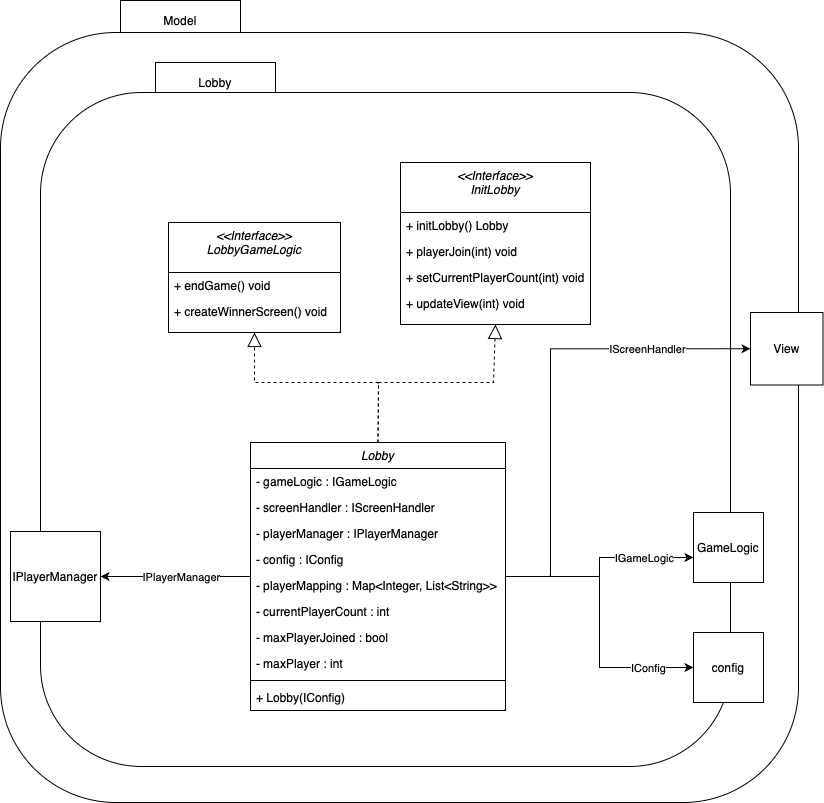
Earlier version of the draw.io export doku-game/Lobby-ClassDiagramm.drawio.png (PrismFox/tron-game). Source tidied: cells renumbered, new cells last; positions are measured from the earlier drawing's top-left corner, leaving out a move shared by most shapes.
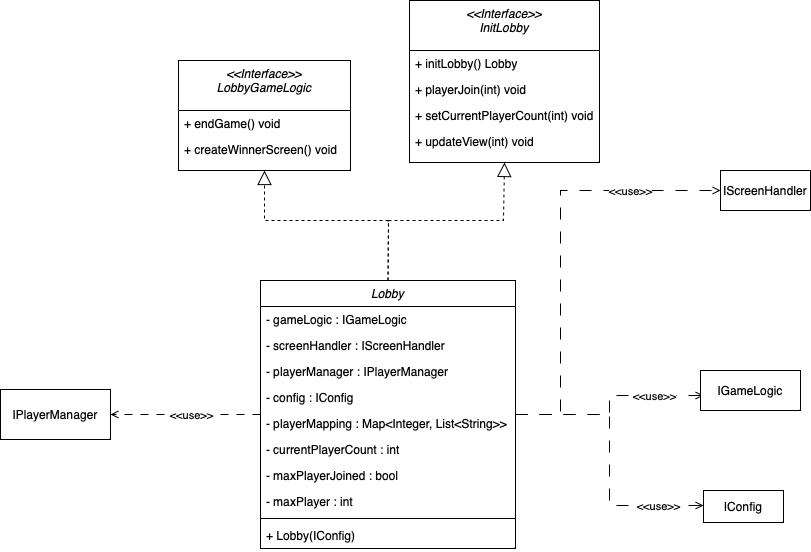
Above is the later version.

Diff of the diagram source:
```diff
@@ -2,51 +2,45 @@
   <root>
     <mxCell id="0" />
     <mxCell id="1" parent="0" />
-    <mxCell id="2" value="Model" style="rounded=1;whiteSpace=wrap;html=1;arcSize=0;" parent="1" vertex="1">
-      <mxGeometry x="120" width="120" height="40" as="geometry" />
-    </mxCell>
-    <mxCell id="3" style="rounded=1;whiteSpace=wrap;html=1;" parent="1" vertex="1">
-      <mxGeometry y="32" width="798" height="770" as="geometry" />
-    </mxCell>
-    <mxCell id="4" value="Lobby" style="rounded=1;whiteSpace=wrap;html=1;arcSize=0;" parent="1" vertex="1">
-      <mxGeometry x="155" y="62" width="120" height="40" as="geometry" />
-    </mxCell>
-    <mxCell id="5" style="rounded=1;whiteSpace=wrap;html=1;" parent="1" vertex="1">
-      <mxGeometry x="40" y="92" width="690" height="674" as="geometry" />
-    </mxCell>
-    <mxCell id="6" style="edgeStyle=orthogonalEdgeStyle;rounded=0;jettySize=auto;html=1;entryX=0;entryY=0.5;entryDx=0;entryDy=0;" parent="1" edge="1" source="14" target="33">
+    <mxCell id="6" style="edgeStyle=orthogonalEdgeStyle;rounded=0;jettySize=auto;html=1;dashed=1;dashPattern=12 12;endArrow=open;endFill=0;" parent="1" edge="1" source="14" target="39">
       <mxGeometry relative="1" as="geometry">
         <Array as="points">
           <mxPoint x="550" y="576" />
-          <mxPoint x="550" y="348" />
+          <mxPoint x="550" y="352" />
         </Array>
       </mxGeometry>
     </mxCell>
-    <mxCell id="7" value="IScreenHandler" style="edgeLabel;html=1;align=center;verticalAlign=middle;" parent="6" vertex="1">
+    <mxCell id="7" value="&amp;lt;&amp;lt;use&amp;gt;&amp;gt;" style="edgeLabel;html=1;align=center;verticalAlign=middle;" parent="6" vertex="1">
       <mxGeometry x="0.43" y="-1" relative="1" as="geometry">
         <mxPoint x="32" y="-1" as="offset" />
       </mxGeometry>
     </mxCell>
-    <mxCell id="8" style="edgeStyle=orthogonalEdgeStyle;rounded=0;jettySize=auto;html=1;entryX=0;entryY=0.5;entryDx=0;entryDy=0;" parent="1" edge="1" source="14" target="34">
-      <mxGeometry relative="1" as="geometry" />
+    <mxCell id="8" style="edgeStyle=orthogonalEdgeStyle;rounded=0;jettySize=auto;html=1;entryX=0;entryY=0.5;entryDx=0;entryDy=0;dashed=1;dashPattern=12 12;endArrow=open;endFill=0;" parent="1" edge="1" source="14">
+      <mxGeometry relative="1" as="geometry">
+        <mxPoint x="693" y="667" as="targetPoint" />
+      </mxGeometry>
     </mxCell>
-    <mxCell id="9" value="IConfig" style="edgeLabel;html=1;align=center;verticalAlign=middle;" parent="8" vertex="1">
+    <mxCell id="9" value="&amp;lt;&amp;lt;use&amp;gt;&amp;gt;" style="edgeLabel;html=1;align=center;verticalAlign=middle;" parent="8" vertex="1">
       <mxGeometry x="0.45" y="2" relative="1" as="geometry">
         <mxPoint x="31" y="2" as="offset" />
       </mxGeometry>
     </mxCell>
-    <mxCell id="10" style="edgeStyle=orthogonalEdgeStyle;rounded=0;jettySize=auto;html=1;entryX=0;entryY=0.643;entryDx=0;entryDy=0;entryPerimeter=0;" parent="1" edge="1" source="14" target="35">
-      <mxGeometry relative="1" as="geometry" />
+    <mxCell id="10" style="edgeStyle=orthogonalEdgeStyle;rounded=0;jettySize=auto;html=1;entryX=0;entryY=0.643;entryDx=0;entryDy=0;entryPerimeter=0;dashed=1;dashPattern=12 12;endArrow=open;endFill=0;" parent="1" edge="1" source="14">
+      <mxGeometry relative="1" as="geometry">
+        <mxPoint x="693" y="557" as="targetPoint" />
+      </mxGeometry>
     </mxCell>
-    <mxCell id="11" value="IGameLogic" style="edgeLabel;html=1;align=center;verticalAlign=middle;" parent="10" vertex="1">
+    <mxCell id="11" value="&amp;lt;&amp;lt;use&amp;gt;&amp;gt;" style="edgeLabel;html=1;align=center;verticalAlign=middle;" parent="10" vertex="1">
       <mxGeometry x="0.65" y="-1" relative="1" as="geometry">
         <mxPoint x="-13" y="-1" as="offset" />
       </mxGeometry>
     </mxCell>
-    <mxCell id="12" style="edgeStyle=orthogonalEdgeStyle;rounded=0;jettySize=auto;html=1;entryX=1;entryY=0.5;entryDx=0;entryDy=0;" parent="1" edge="1" source="14" target="38">
-      <mxGeometry relative="1" as="geometry" />
+    <mxCell id="12" style="edgeStyle=orthogonalEdgeStyle;rounded=0;jettySize=auto;html=1;entryX=1;entryY=0.5;entryDx=0;entryDy=0;dashed=1;dashPattern=8 8;endArrow=open;endFill=0;" parent="1" edge="1" source="14">
+      <mxGeometry relative="1" as="geometry">
+        <mxPoint x="100" y="576" as="targetPoint" />
+      </mxGeometry>
     </mxCell>
-    <mxCell id="13" value="IPlayerManager" style="edgeLabel;html=1;align=center;verticalAlign=middle;" parent="12" vertex="1">
+    <mxCell id="13" value="&amp;lt;&amp;lt;use&amp;gt;&amp;gt;" style="edgeLabel;html=1;align=center;verticalAlign=middle;" parent="12" vertex="1">
       <mxGeometry x="-0.33" y="-1" relative="1" as="geometry">
         <mxPoint x="-20" y="1" as="offset" />
       </mxGeometry>
@@ -94,7 +88,7 @@
       <mxGeometry y="76" width="172" height="26" as="geometry" />
     </mxCell>
     <mxCell id="28" value="&lt;&lt;Interface&gt;&gt;&#10;InitLobby" style="swimlane;fontStyle=2;align=center;verticalAlign=top;horizontal=1;startSize=50;rounded=0;shadow=0;strokeWidth=1;" parent="1" vertex="1">
-      <mxGeometry x="400" y="162" width="190" height="162" as="geometry" />
+      <mxGeometry x="399" y="162" width="190" height="162" as="geometry" />
     </mxCell>
     <mxCell id="29" value="+ initLobby() Lobby" style="text;align=left;verticalAlign=top;spacingLeft=4;spacingRight=4;overflow=hidden;" parent="28" vertex="1">
       <mxGeometry y="50" width="190" height="26" as="geometry" />
@@ -108,15 +102,6 @@
     <mxCell id="32" value="+ updateView(int) void" style="text;align=left;verticalAlign=top;spacingLeft=4;spacingRight=4;overflow=hidden;" parent="28" vertex="1">
       <mxGeometry y="128" width="190" height="26" as="geometry" />
     </mxCell>
-    <mxCell id="33" value="View" style="whiteSpace=wrap;html=1;" parent="1" vertex="1">
-      <mxGeometry x="750" y="312" width="72.5" height="72.5" as="geometry" />
-    </mxCell>
-    <mxCell id="34" value="config" style="whiteSpace=wrap;html=1;" parent="1" vertex="1">
-      <mxGeometry x="693" y="632" width="70" height="70" as="geometry" />
-    </mxCell>
-    <mxCell id="35" value="GameLogic" style="whiteSpace=wrap;html=1;" parent="1" vertex="1">
-      <mxGeometry x="693" y="512" width="70" height="70" as="geometry" />
-    </mxCell>
     <mxCell id="36" style="endArrow=block;dashed=1;endFill=0;endSize=12;html=1;rounded=0;exitX=0.5;exitY=0;exitDx=0;exitDy=0;entryX=0.5;entryY=1;entryDx=0;entryDy=0;" parent="1" edge="1" source="14" target="28">
       <mxGeometry relative="1" as="geometry">
         <Array as="points">
@@ -133,8 +118,17 @@
         </Array>
       </mxGeometry>
     </mxCell>
+    <mxCell id="39" value="IScreenHandler" style="rounded=0;whiteSpace=wrap;html=1;" parent="1" vertex="1">
+      <mxGeometry x="710" y="332" width="90" height="40" as="geometry" />
+    </mxCell>
+    <mxCell id="40" value="IGameLogic" style="rounded=0;whiteSpace=wrap;html=1;" parent="1" vertex="1">
+      <mxGeometry x="690" y="532" width="100" height="40" as="geometry" />
+    </mxCell>
+    <mxCell id="41" value="IConfig" style="rounded=0;whiteSpace=wrap;html=1;" parent="1" vertex="1">
+      <mxGeometry x="693" y="652" width="80" height="32" as="geometry" />
+    </mxCell>
-    <mxCell id="38" value="IPlayerManager" style="whiteSpace=wrap;html=1;" parent="1" vertex="1">
-      <mxGeometry x="10" y="531" width="90" height="90" as="geometry" />
+    <mxCell id="38" value="IPlayerManager" style="rounded=0;whiteSpace=wrap;html=1;" parent="1" vertex="1">
+      <mxGeometry x="-10" y="551" width="110" height="50" as="geometry" />
     </mxCell>
   </root>
 </mxGraphModel>
```
